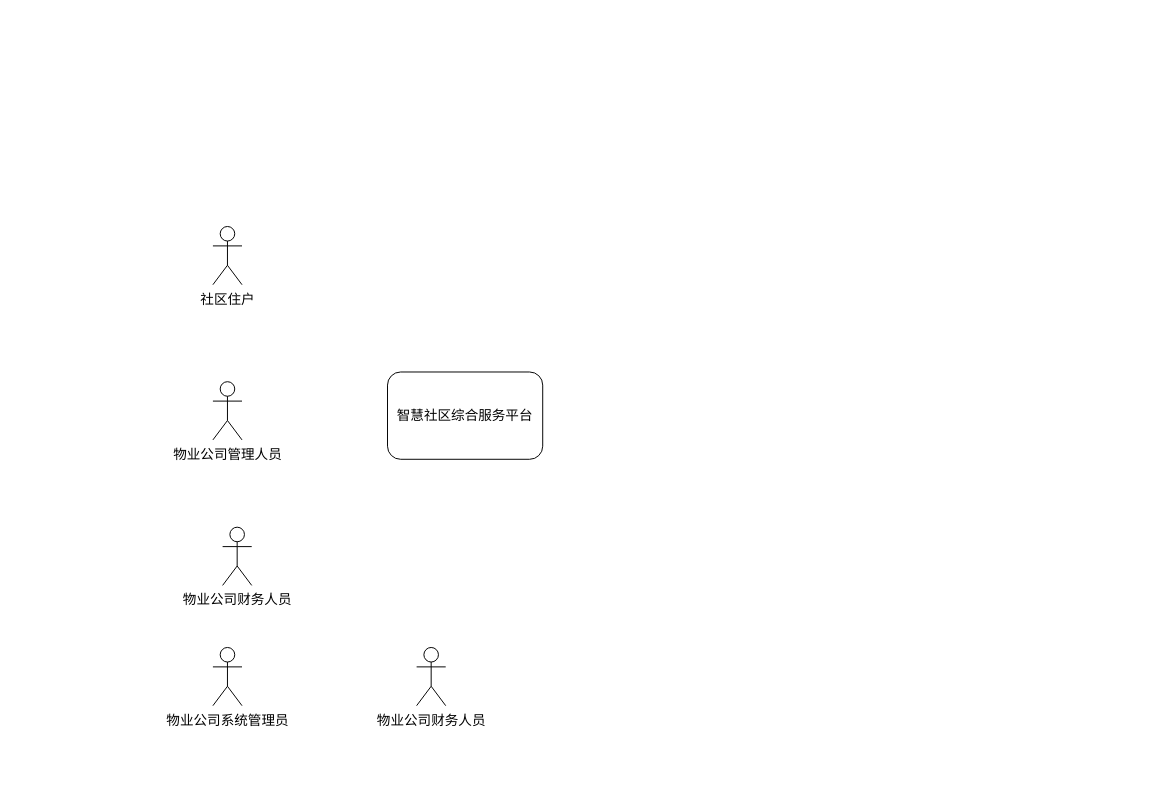
Before: page "系统上下文" (6 of 6) of Untitled Diagram.drawio in jeffmacn/myjava, a draw.io diagram. Source tidied: cells renumbered, new cells numbered last; positions are measured from the earlier drawing's top-left corner, leaving out a move shared by most shapes. Both pictures are drawn from the tidied source at 97%, with x=0, y=0 at pixel (212, 226).
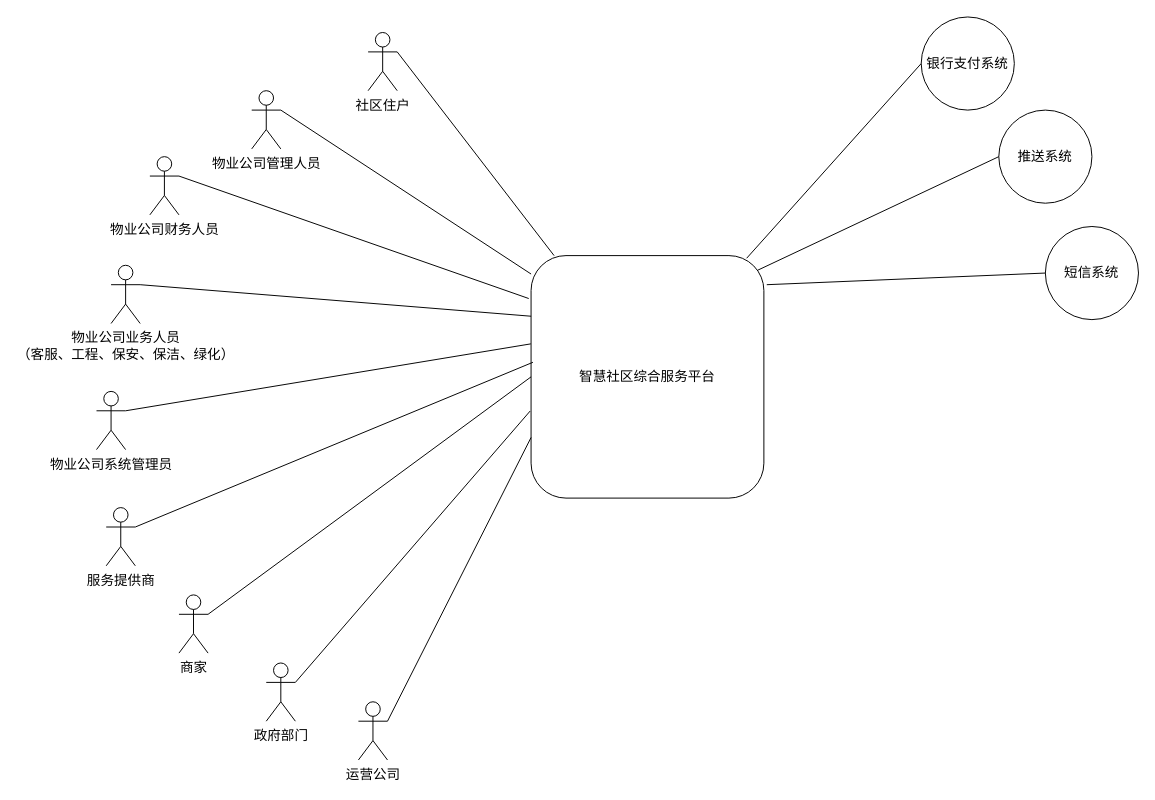
The same diagram, later.

What changed in the source:
```diff
@@
     <mxCell id="2" value="&lt;span style=&quot;font-size: 14px;&quot;&gt;智慧社区综合服务平台&lt;/span&gt;" style="rounded=1;whiteSpace=wrap;html=1;fontSize=14;" parent="1" vertex="1">
-      <mxGeometry x="180" y="150" width="160" height="90" as="geometry" />
+      <mxGeometry x="328" y="30" width="240" height="250" as="geometry" />
     </mxCell>
     <mxCell id="3" value="社区住户" style="shape=umlActor;verticalLabelPosition=bottom;labelBackgroundColor=#ffffff;verticalAlign=top;html=1;outlineConnect=0;fontSize=14;" parent="1" vertex="1">
-      <mxGeometry width="30" height="60" as="geometry" />
+      <mxGeometry x="160" y="-200" width="30" height="60" as="geometry" />
     </mxCell>
     <mxCell id="4" value="物业公司管理人员" style="shape=umlActor;verticalLabelPosition=bottom;labelBackgroundColor=#ffffff;verticalAlign=top;html=1;outlineConnect=0;fontSize=14;" parent="1" vertex="1">
-      <mxGeometry y="160" width="30" height="60" as="geometry" />
+      <mxGeometry x="40" y="-140" width="30" height="60" as="geometry" />
     </mxCell>
     <mxCell id="5" value="物业公司系统管理员&lt;br&gt;&lt;br&gt;" style="shape=umlActor;verticalLabelPosition=bottom;labelBackgroundColor=#ffffff;verticalAlign=top;html=1;outlineConnect=0;fontSize=14;" parent="1" vertex="1">
-      <mxGeometry y="434" width="30" height="60" as="geometry" />
+      <mxGeometry x="-120" y="170" width="30" height="60" as="geometry" />
     </mxCell>
+    <mxCell id="8" value="服务提供商&lt;br&gt;" style="shape=umlActor;verticalLabelPosition=bottom;labelBackgroundColor=#ffffff;verticalAlign=top;html=1;outlineConnect=0;fontSize=14;" parent="1" vertex="1">
+      <mxGeometry x="-110" y="289.8" width="30" height="60" as="geometry" />
+    </mxCell>
+    <mxCell id="9" value="商家&lt;br&gt;" style="shape=umlActor;verticalLabelPosition=bottom;labelBackgroundColor=#ffffff;verticalAlign=top;html=1;outlineConnect=0;fontSize=14;" parent="1" vertex="1">
+      <mxGeometry x="-35" y="379.8" width="30" height="60" as="geometry" />
+    </mxCell>
     <mxCell id="6" value="物业公司财务人员&lt;br&gt;&lt;br&gt;" style="shape=umlActor;verticalLabelPosition=bottom;labelBackgroundColor=#ffffff;verticalAlign=top;html=1;outlineConnect=0;fontSize=14;" parent="1" vertex="1">
-      <mxGeometry x="10" y="310" width="30" height="60" as="geometry" />
+      <mxGeometry x="-65" y="-72" width="30" height="60" as="geometry" />
     </mxCell>
-    <mxCell id="7" value="物业公司财务人员&lt;br&gt;&lt;br&gt;" style="shape=umlActor;verticalLabelPosition=bottom;labelBackgroundColor=#ffffff;verticalAlign=top;html=1;outlineConnect=0;fontSize=14;" parent="1" vertex="1">
-      <mxGeometry x="210" y="434" width="30" height="60" as="geometry" />
+    <mxCell id="7" value="物业公司业务人员&lt;br&gt;（&lt;span&gt;客服、工程、保安、保洁、绿化）&lt;/span&gt;&lt;br&gt;&lt;br&gt;" style="shape=umlActor;verticalLabelPosition=bottom;labelBackgroundColor=#ffffff;verticalAlign=top;html=1;outlineConnect=0;fontSize=14;" parent="1" vertex="1">
+      <mxGeometry x="-105" y="40" width="30" height="60" as="geometry" />
     </mxCell>
+    <mxCell id="10" style="endArrow=none;html=1;fontSize=14;fontColor=#66B2FF;exitX=1;exitY=0.3333333333333333;exitDx=0;exitDy=0;exitPerimeter=0;" parent="1" edge="1" source="3" target="2">
+      <mxGeometry relative="1" as="geometry" />
+    </mxCell>
+    <mxCell id="11" style="endArrow=none;html=1;fontSize=14;fontColor=#66B2FF;exitX=1;exitY=0.3333333333333333;exitDx=0;exitDy=0;exitPerimeter=0;" parent="1" edge="1" source="4">
+      <mxGeometry relative="1" as="geometry">
+        <mxPoint x="328" y="49" as="targetPoint" />
+      </mxGeometry>
+    </mxCell>
+    <mxCell id="12" style="endArrow=none;html=1;fontSize=14;fontColor=#66B2FF;exitX=1;exitY=0.3333333333333333;exitDx=0;exitDy=0;exitPerimeter=0;entryX=-0.01;entryY=0.177;entryDx=0;entryDy=0;entryPerimeter=0;" parent="1" edge="1" source="6" target="2">
+      <mxGeometry relative="1" as="geometry" />
+    </mxCell>
+    <mxCell id="13" style="endArrow=none;html=1;fontSize=14;fontColor=#66B2FF;exitX=1;exitY=0.3333333333333333;exitDx=0;exitDy=0;exitPerimeter=0;entryX=-0.001;entryY=0.364;entryDx=0;entryDy=0;entryPerimeter=0;" parent="1" edge="1" source="5" target="2">
+      <mxGeometry relative="1" as="geometry" />
+    </mxCell>
+    <mxCell id="14" style="endArrow=none;html=1;fontSize=14;fontColor=#66B2FF;exitX=1;exitY=0.3333333333333333;exitDx=0;exitDy=0;exitPerimeter=0;entryX=0;entryY=0.25;entryDx=0;entryDy=0;" parent="1" edge="1" source="7" target="2">
+      <mxGeometry relative="1" as="geometry" />
+    </mxCell>
+    <mxCell id="15" value="政府部门&lt;br&gt;" style="shape=umlActor;verticalLabelPosition=bottom;labelBackgroundColor=#ffffff;verticalAlign=top;html=1;outlineConnect=0;fontSize=14;" parent="1" vertex="1">
+      <mxGeometry x="55" y="450" width="30" height="60" as="geometry" />
+    </mxCell>
+    <mxCell id="16" style="endArrow=none;html=1;fontSize=14;fontColor=#66B2FF;exitX=0.008;exitY=0.44;exitDx=0;exitDy=0;exitPerimeter=0;entryX=1;entryY=0.3333333333333333;entryDx=0;entryDy=0;entryPerimeter=0;" parent="1" edge="1" source="2" target="8">
+      <mxGeometry relative="1" as="geometry" />
+    </mxCell>
+    <mxCell id="17" style="endArrow=none;html=1;fontSize=14;fontColor=#66B2FF;entryX=1;entryY=0.3333333333333333;entryDx=0;entryDy=0;entryPerimeter=0;exitX=0;exitY=0.5;exitDx=0;exitDy=0;" parent="1" edge="1" source="2" target="9">
+      <mxGeometry relative="1" as="geometry" />
+    </mxCell>
+    <mxCell id="18" value="运营公司&lt;br&gt;" style="shape=umlActor;verticalLabelPosition=bottom;labelBackgroundColor=#ffffff;verticalAlign=top;html=1;fontSize=14;" parent="1" vertex="1">
+      <mxGeometry x="150" y="490" width="30" height="60" as="geometry" />
+    </mxCell>
+    <mxCell id="19" style="endArrow=none;html=1;fontSize=14;fontColor=#66B2FF;entryX=1;entryY=0.3333333333333333;entryDx=0;entryDy=0;entryPerimeter=0;exitX=-0.004;exitY=0.641;exitDx=0;exitDy=0;exitPerimeter=0;" parent="1" edge="1" source="2" target="15">
+      <mxGeometry relative="1" as="geometry" />
+    </mxCell>
+    <mxCell id="20" style="endArrow=none;html=1;fontSize=14;fontColor=#66B2FF;exitX=0;exitY=0.75;exitDx=0;exitDy=0;" parent="1" edge="1" source="2">
+      <mxGeometry relative="1" as="geometry">
+        <mxPoint x="180" y="510" as="targetPoint" />
+      </mxGeometry>
+    </mxCell>
+    <mxCell id="21" value="银行支付系统" style="ellipse;whiteSpace=wrap;html=1;fontSize=14;fontColor=#000000;" parent="1" vertex="1">
+      <mxGeometry x="730.2" y="-216" width="96" height="96" as="geometry" />
+    </mxCell>
+    <mxCell id="22" style="endArrow=none;html=1;fontSize=14;fontColor=#66B2FF;entryX=0;entryY=0.5;entryDx=0;entryDy=0;exitX=0.926;exitY=0.011;exitDx=0;exitDy=0;exitPerimeter=0;" parent="1" edge="1" source="2" target="21">
+      <mxGeometry relative="1" as="geometry" />
+    </mxCell>
+    <mxCell id="23" value="推送系统" style="ellipse;whiteSpace=wrap;html=1;fontSize=14;fontColor=#000000;" parent="1" vertex="1">
+      <mxGeometry x="810.2" y="-120" width="96" height="96" as="geometry" />
+    </mxCell>
+    <mxCell id="24" value="短信系统" style="ellipse;whiteSpace=wrap;html=1;fontSize=14;fontColor=#000000;" parent="1" vertex="1">
+      <mxGeometry x="858.2" width="96" height="96" as="geometry" />
+    </mxCell>
+    <mxCell id="25" style="endArrow=none;html=1;fontSize=14;fontColor=#66B2FF;entryX=0;entryY=0.5;entryDx=0;entryDy=0;exitX=0.972;exitY=0.061;exitDx=0;exitDy=0;exitPerimeter=0;" parent="1" edge="1" source="2" target="23">
+      <mxGeometry relative="1" as="geometry" />
+    </mxCell>
+    <mxCell id="26" style="endArrow=none;html=1;fontSize=14;fontColor=#66B2FF;entryX=0;entryY=0.5;entryDx=0;entryDy=0;" parent="1" edge="1" target="24">
+      <mxGeometry relative="1" as="geometry">
+        <mxPoint x="571" y="60" as="sourcePoint" />
+      </mxGeometry>
+    </mxCell>
```
